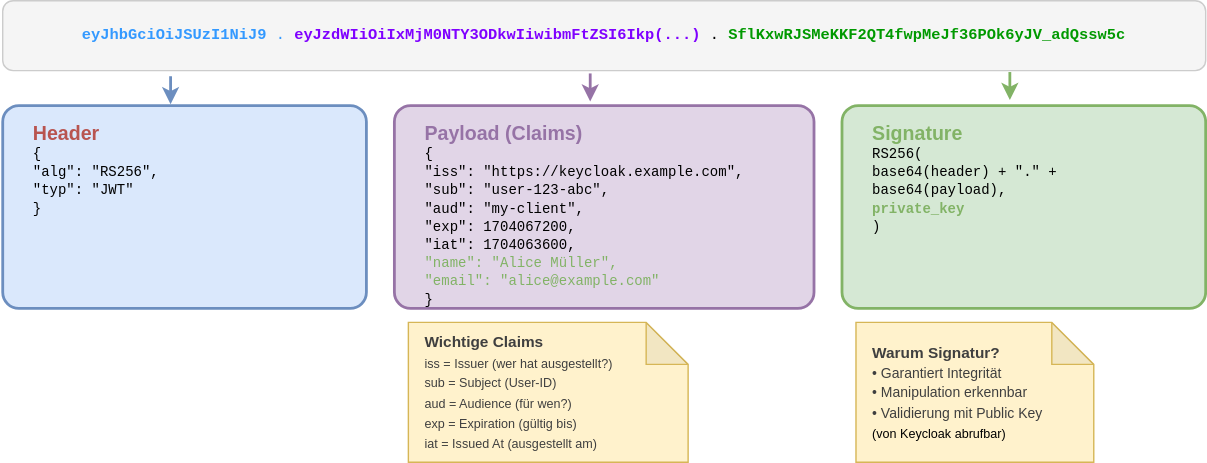
Before: slides/02-protokoll-standards/images/jwt_anatomy.drawio.svg, a diagram exported from draw.io (it-erben/training-keycloak). Source tidied: cells renumbered, new cells last; positions are measured from the earlier drawing's top-left corner, leaving out a move shared by most shapes.
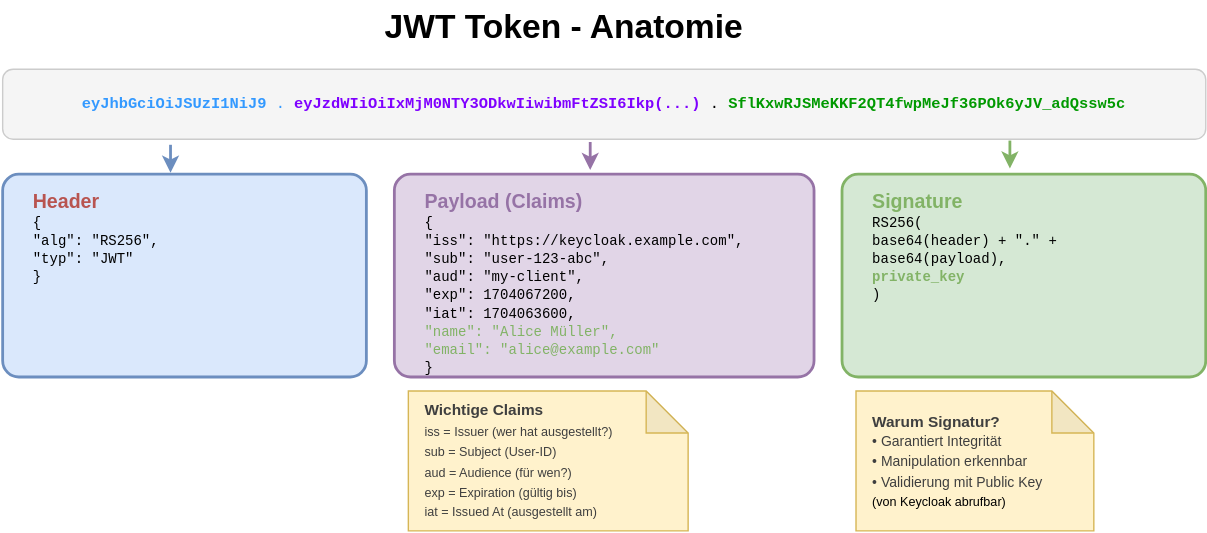
The same file after the commit.

Diff of the diagram source:
```diff
@@ -38,5 +38,8 @@
     <mxCell id="10" value="&lt;font style=&quot;scrollbar-color: rgb(226, 226, 226) rgb(251, 251, 251); font-size: 11px;&quot;&gt;&lt;b style=&quot;color: rgb(63, 63, 63); scrollbar-color: rgb(226, 226, 226) rgb(251, 251, 251);&quot;&gt;Warum Signatur?&lt;/b&gt;&lt;/font&gt;&lt;br style=&quot;color: rgb(63, 63, 63); scrollbar-color: rgb(226, 226, 226) rgb(251, 251, 251); font-size: 10px;&quot;&gt;&lt;font style=&quot;color: rgb(63, 63, 63); scrollbar-color: rgb(226, 226, 226) rgb(251, 251, 251); font-size: 10px;&quot;&gt;• Garantiert Integrität&lt;/font&gt;&lt;br style=&quot;color: rgb(63, 63, 63); scrollbar-color: rgb(226, 226, 226) rgb(251, 251, 251); font-size: 10px;&quot;&gt;&lt;font style=&quot;color: rgb(63, 63, 63); scrollbar-color: rgb(226, 226, 226) rgb(251, 251, 251); font-size: 10px;&quot;&gt;• Manipulation erkennbar&lt;/font&gt;&lt;br style=&quot;color: rgb(63, 63, 63); scrollbar-color: rgb(226, 226, 226) rgb(251, 251, 251); font-size: 10px;&quot;&gt;&lt;font style=&quot;color: rgb(63, 63, 63); scrollbar-color: rgb(226, 226, 226) rgb(251, 251, 251); font-size: 10px;&quot;&gt;• Validierung mit Public Key&lt;/font&gt;&lt;br style=&quot;color: rgb(63, 63, 63); scrollbar-color: rgb(226, 226, 226) rgb(251, 251, 251); font-size: 10px;&quot;&gt;&lt;font style=&quot;scrollbar-color: rgb(226, 226, 226) rgb(251, 251, 251); font-size: 9px;&quot;&gt;(von Keycloak abrufbar)&lt;/font&gt;" style="shape=note;whiteSpace=wrap;html=1;backgroundOutline=1;darkOpacity=0.05;align=left;fillColor=#fff2cc;strokeColor=#d6b656;spacingLeft=10;" parent="1" vertex="1">
       <mxGeometry x="610" y="230" width="170" height="100" as="geometry" />
     </mxCell>
+    <mxCell id="11" value="JWT Token - Anatomie" style="text;strokeColor=none;fillColor=none;html=1;fontSize=24;fontStyle=1;verticalAlign=middle;align=center;" parent="1" vertex="1">
+      <mxGeometry x="351" y="-50" width="100" height="40" as="geometry" />
+    </mxCell>
   </root>
 </mxGraphModel>
```
